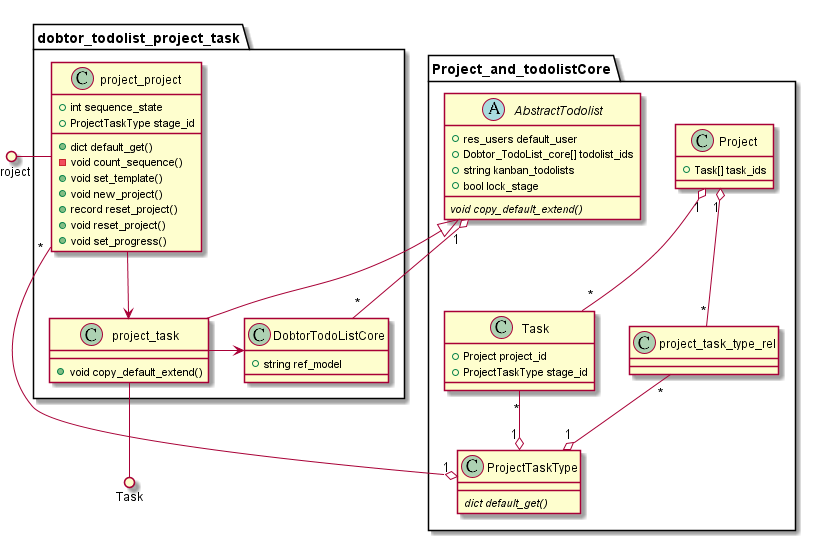
This is dobtor_todolist_project_task/doc/uml.png from Dobtor/ProductivityTools, a PlantUML export, as it was before one commit.
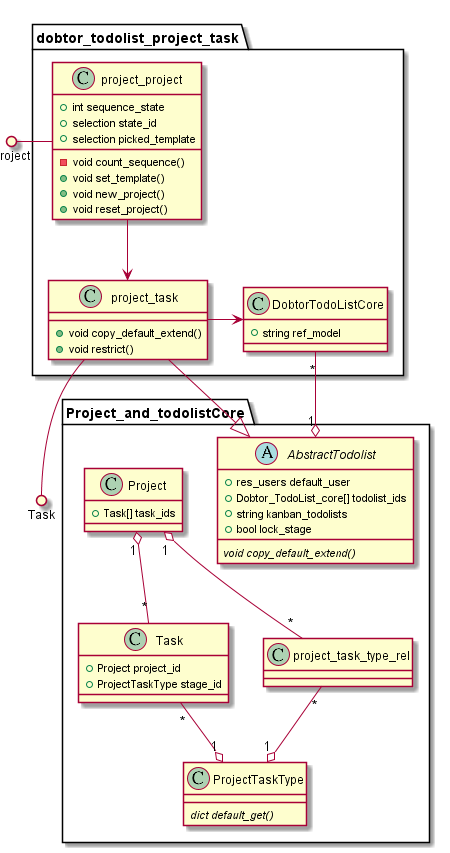
The same file after the commit.

Commit message:
[FIX] dobtor_todolist_project_task : fix uml and pep8 formatted

Change to the diagram source:
```diff
@@ -36,14 +36,12 @@
 package dobtor_todolist_project_task {
     Class project_project {
         + int sequence_state
-        + ProjectTaskType stage_id
-        + dict default_get()
+        + selection state_id
+        + selection picked_template
         - void count_sequence()
         + void set_template()
         + void new_project()
-        + record reset_project()
         + void reset_project()
-        + void set_progress()
     }
 
     Class DobtorTodoListCore {
@@ -52,6 +50,7 @@
 
     Class project_task {
         + void copy_default_extend()
+        + void restrict()
     }
 }
 
@@ -61,7 +60,6 @@
 Project "1" o-- "*" project_task_type_rel
 project_task_type_rel "*" --o "1" ProjectTaskType
 Project ()- project_project
-ProjectTaskType "1" o-- "*" project_project
 project_task --() Task
 AbstractTodolist "1" o-- "*" DobtorTodoListCore
 project_project --> project_task
```
